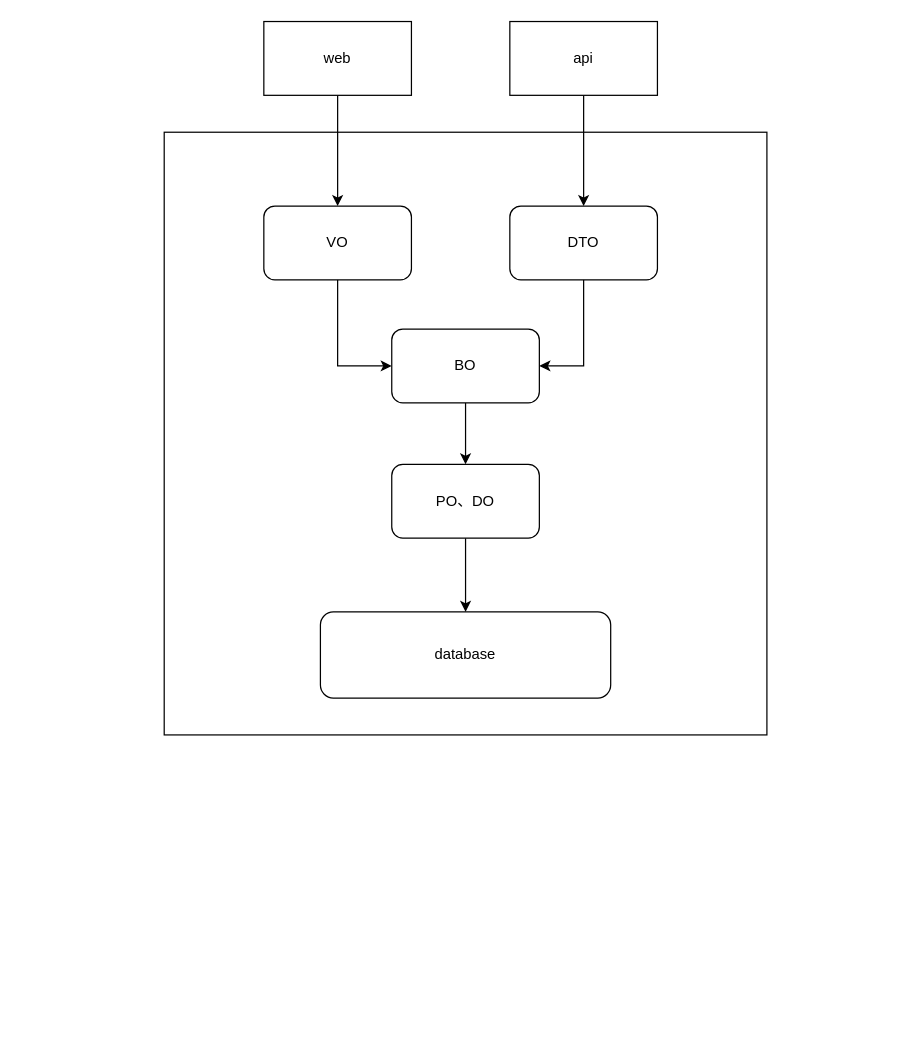
The draw.io diagram Java/po、vo、dto、bo、pojo.drawio in ZgStride/drawIO, before the edit. Source tidied: cells renumbered, new cells numbered last; positions are measured from the earlier drawing's top-left corner, leaving out a move shared by most shapes. Both pictures are drawn from the tidied source at 123%, with x=0, y=0 at pixel (164, 21).
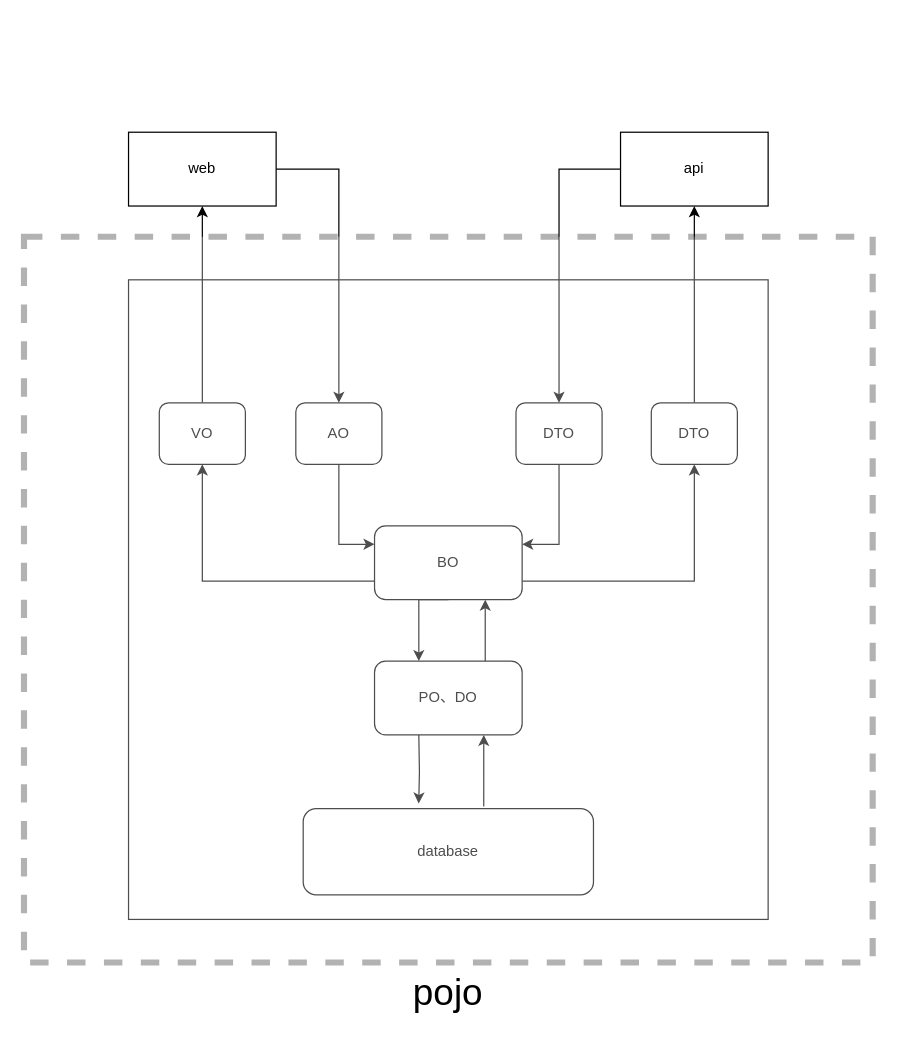
After the change.

The edit, as a diff of the source:
```diff
@@
-    <mxCell id="2" style="whiteSpace=wrap;html=1;" parent="1" vertex="1">
-      <mxGeometry y="90" width="490" height="490" as="geometry" />
-    </mxCell>
-    <mxCell id="3" style="edgeStyle=orthogonalEdgeStyle;rounded=0;jettySize=auto;html=1;exitX=0.5;exitY=1;exitDx=0;exitDy=0;entryX=0;entryY=0.5;entryDx=0;entryDy=0;" parent="1" edge="1" source="4" target="12">
-      <mxGeometry relative="1" as="geometry" />
-    </mxCell>
+    <mxCell id="16" style="whiteSpace=wrap;html=1;" parent="1" vertex="1">
+      <mxGeometry x="-29" y="210" width="520" height="520" as="geometry" />
+    </mxCell>
+    <mxCell id="17" style="edgeStyle=orthogonalEdgeStyle;rounded=0;jettySize=auto;html=1;exitX=0.5;exitY=0;exitDx=0;exitDy=0;entryX=0.5;entryY=1;entryDx=0;entryDy=0;" parent="1" edge="1" source="4" target="8">
+      <mxGeometry relative="1" as="geometry" />
+    </mxCell>
     <mxCell id="4" value="VO" style="rounded=1;whiteSpace=wrap;html=1;" parent="1" vertex="1">
-      <mxGeometry x="81" y="150" width="120" height="60" as="geometry" />
+      <mxGeometry x="-4" y="310" width="70" height="50" as="geometry" />
     </mxCell>
-    <mxCell id="5" style="edgeStyle=orthogonalEdgeStyle;rounded=0;jettySize=auto;html=1;exitX=0.5;exitY=1;exitDx=0;exitDy=0;entryX=1;entryY=0.5;entryDx=0;entryDy=0;" parent="1" edge="1" source="6" target="12">
-      <mxGeometry relative="1" as="geometry" />
-    </mxCell>
-    <mxCell id="6" value="DTO" style="rounded=1;whiteSpace=wrap;html=1;" parent="1" vertex="1">
-      <mxGeometry x="281" y="150" width="120" height="60" as="geometry" />
-    </mxCell>
-    <mxCell id="7" style="edgeStyle=orthogonalEdgeStyle;rounded=0;jettySize=auto;html=1;exitX=0.5;exitY=1;exitDx=0;exitDy=0;" parent="1" edge="1" source="8" target="4">
-      <mxGeometry relative="1" as="geometry" />
-    </mxCell>
+    <mxCell id="18" style="edgeStyle=orthogonalEdgeStyle;rounded=0;jettySize=auto;html=1;exitX=1;exitY=0.5;exitDx=0;exitDy=0;entryX=0.5;entryY=0;entryDx=0;entryDy=0;" parent="1" edge="1" source="8" target="26">
+      <mxGeometry relative="1" as="geometry" />
+    </mxCell>
     <mxCell id="8" value="web" style="rounded=0;whiteSpace=wrap;html=1;" parent="1" vertex="1">
-      <mxGeometry x="81" width="120" height="60" as="geometry" />
+      <mxGeometry x="-29" y="90" width="120" height="60" as="geometry" />
     </mxCell>
-    <mxCell id="9" style="edgeStyle=orthogonalEdgeStyle;rounded=0;jettySize=auto;html=1;exitX=0.5;exitY=1;exitDx=0;exitDy=0;" parent="1" edge="1" source="10" target="6">
-      <mxGeometry relative="1" as="geometry" />
-    </mxCell>
+    <mxCell id="19" style="edgeStyle=orthogonalEdgeStyle;rounded=0;jettySize=auto;html=1;exitX=0;exitY=0.5;exitDx=0;exitDy=0;entryX=0.5;entryY=0;entryDx=0;entryDy=0;" parent="1" edge="1" source="10" target="28">
+      <mxGeometry relative="1" as="geometry" />
+    </mxCell>
     <mxCell id="10" value="api" style="rounded=0;whiteSpace=wrap;html=1;" parent="1" vertex="1">
-      <mxGeometry x="281" width="120" height="60" as="geometry" />
+      <mxGeometry x="371" y="90" width="120" height="60" as="geometry" />
     </mxCell>
     <mxCell id="11" style="edgeStyle=orthogonalEdgeStyle;rounded=0;jettySize=auto;html=1;exitX=0.5;exitY=1;exitDx=0;exitDy=0;" parent="1" edge="1" source="12" target="14">
-      <mxGeometry relative="1" as="geometry" />
+      <mxGeometry relative="1" as="geometry">
+        <Array as="points">
+          <mxPoint x="207" y="470" />
+        </Array>
+      </mxGeometry>
     </mxCell>
+    <mxCell id="20" style="edgeStyle=orthogonalEdgeStyle;rounded=0;jettySize=auto;html=1;exitX=0;exitY=0.75;exitDx=0;exitDy=0;entryX=0.5;entryY=1;entryDx=0;entryDy=0;" parent="1" edge="1" source="12" target="4">
+      <mxGeometry relative="1" as="geometry" />
+    </mxCell>
+    <mxCell id="21" style="edgeStyle=orthogonalEdgeStyle;rounded=0;jettySize=auto;html=1;exitX=1;exitY=0.75;exitDx=0;exitDy=0;entryX=0.5;entryY=1;entryDx=0;entryDy=0;" parent="1" edge="1" source="12" target="30">
+      <mxGeometry relative="1" as="geometry" />
+    </mxCell>
     <mxCell id="12" value="BO" style="rounded=1;whiteSpace=wrap;html=1;" parent="1" vertex="1">
-      <mxGeometry x="185" y="250" width="120" height="60" as="geometry" />
+      <mxGeometry x="171" y="410" width="120" height="60" as="geometry" />
     </mxCell>
-    <mxCell id="13" style="edgeStyle=orthogonalEdgeStyle;rounded=0;jettySize=auto;html=1;exitX=0.5;exitY=1;exitDx=0;exitDy=0;entryX=0.5;entryY=0;entryDx=0;entryDy=0;" parent="1" edge="1" source="14" target="15">
-      <mxGeometry relative="1" as="geometry" />
-    </mxCell>
+    <mxCell id="22" style="edgeStyle=orthogonalEdgeStyle;rounded=0;jettySize=auto;html=1;entryX=0.398;entryY=-0.06;entryDx=0;entryDy=0;entryPerimeter=0;" parent="1" edge="1" target="15">
+      <mxGeometry relative="1" as="geometry">
+        <mxPoint x="207" y="580" as="sourcePoint" />
+      </mxGeometry>
+    </mxCell>
+    <mxCell id="23" style="edgeStyle=orthogonalEdgeStyle;rounded=0;jettySize=auto;html=1;exitX=0.75;exitY=0;exitDx=0;exitDy=0;entryX=0.75;entryY=1;entryDx=0;entryDy=0;" parent="1" edge="1" source="14" target="12">
+      <mxGeometry relative="1" as="geometry" />
+    </mxCell>
     <mxCell id="14" value="PO、DO" style="rounded=1;whiteSpace=wrap;html=1;" parent="1" vertex="1">
-      <mxGeometry x="185" y="360" width="120" height="60" as="geometry" />
+      <mxGeometry x="171" y="520" width="120" height="60" as="geometry" />
     </mxCell>
+    <mxCell id="24" style="edgeStyle=orthogonalEdgeStyle;rounded=0;jettySize=auto;html=1;exitX=0.622;exitY=-0.026;exitDx=0;exitDy=0;exitPerimeter=0;" parent="1" edge="1" source="15" target="14">
+      <mxGeometry relative="1" as="geometry">
+        <Array as="points">
+          <mxPoint x="260" y="590" />
+          <mxPoint x="260" y="590" />
+        </Array>
+      </mxGeometry>
+    </mxCell>
     <mxCell id="15" value="database" style="rounded=1;whiteSpace=wrap;html=1;" parent="1" vertex="1">
-      <mxGeometry x="127" y="480" width="236" height="70" as="geometry" />
+      <mxGeometry x="113" y="640" width="236" height="70" as="geometry" />
     </mxCell>
+    <mxCell id="25" style="edgeStyle=orthogonalEdgeStyle;rounded=0;jettySize=auto;html=1;exitX=0.5;exitY=1;exitDx=0;exitDy=0;entryX=0;entryY=0.25;entryDx=0;entryDy=0;" parent="1" edge="1" source="26" target="12">
+      <mxGeometry relative="1" as="geometry" />
+    </mxCell>
+    <mxCell id="26" value="AO" style="rounded=1;whiteSpace=wrap;html=1;" parent="1" vertex="1">
+      <mxGeometry x="107" y="310" width="70" height="50" as="geometry" />
+    </mxCell>
+    <mxCell id="27" style="edgeStyle=orthogonalEdgeStyle;rounded=0;jettySize=auto;html=1;exitX=0.5;exitY=1;exitDx=0;exitDy=0;entryX=1;entryY=0.25;entryDx=0;entryDy=0;" parent="1" edge="1" source="28" target="12">
+      <mxGeometry relative="1" as="geometry" />
+    </mxCell>
+    <mxCell id="28" value="DTO" style="rounded=1;whiteSpace=wrap;html=1;" parent="1" vertex="1">
+      <mxGeometry x="286" y="310" width="70" height="50" as="geometry" />
+    </mxCell>
+    <mxCell id="29" style="edgeStyle=orthogonalEdgeStyle;rounded=0;jettySize=auto;html=1;exitX=0.5;exitY=0;exitDx=0;exitDy=0;entryX=0.5;entryY=1;entryDx=0;entryDy=0;" parent="1" edge="1" source="30" target="10">
+      <mxGeometry relative="1" as="geometry" />
+    </mxCell>
+    <mxCell id="30" value="DTO" style="rounded=1;whiteSpace=wrap;html=1;" parent="1" vertex="1">
+      <mxGeometry x="396" y="310" width="70" height="50" as="geometry" />
+    </mxCell>
+    <mxCell id="31" value="pojo" style="rounded=0;whiteSpace=wrap;html=1;opacity=30;strokeWidth=5;dashed=1;labelPosition=center;verticalLabelPosition=bottom;align=center;verticalAlign=top;fontSize=30;labelBorderColor=none;" parent="1" vertex="1">
+      <mxGeometry x="-114" y="175" width="690" height="590" as="geometry" />
+    </mxCell>
```
